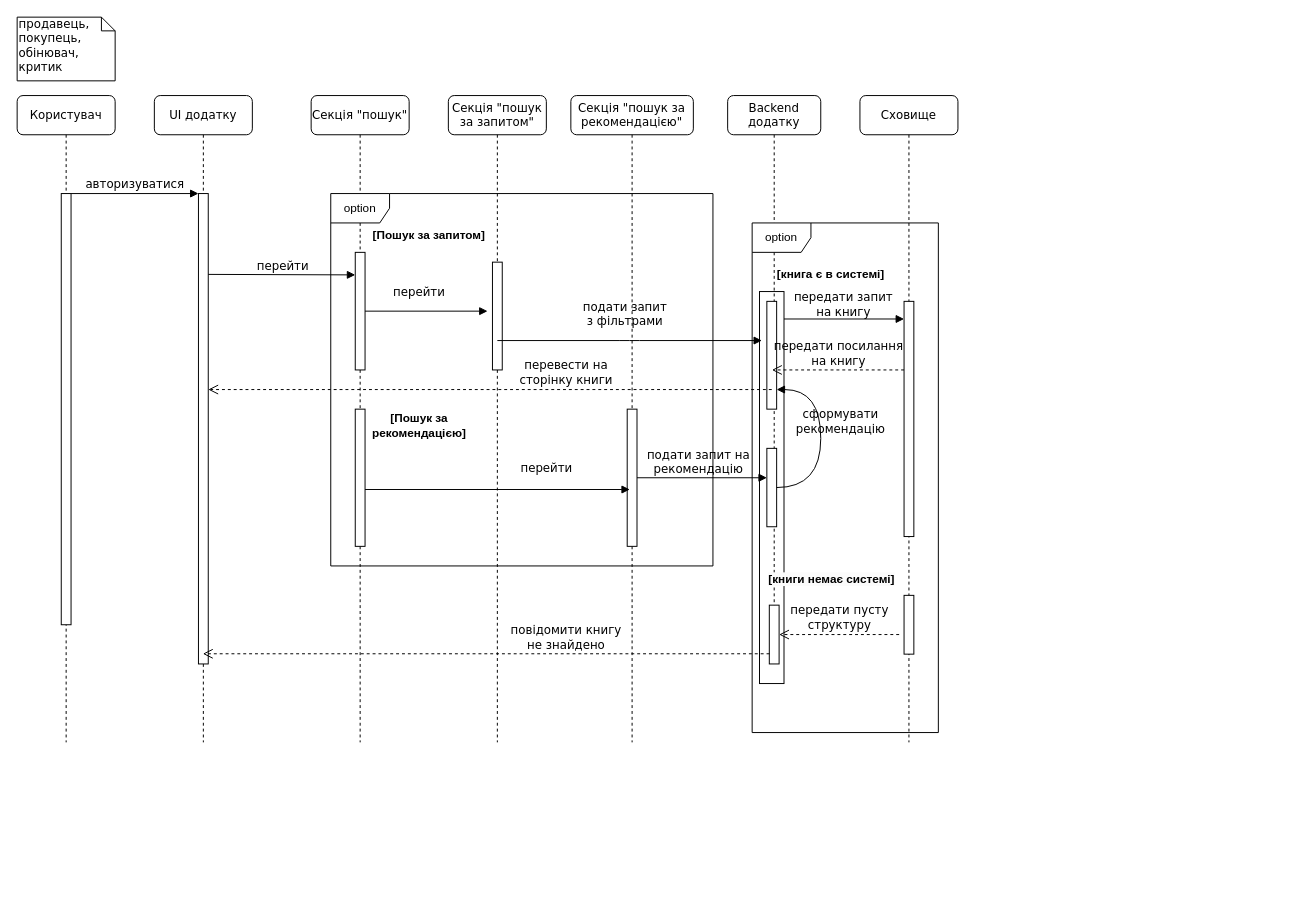
This is system_modelling/book_search.drawio from AnnaBozhenko/BookResources, a draw.io file, before an edit. Source tidied: cells renumbered, new cells numbered last; positions are measured from the earlier drawing's top-left corner, leaving out a move shared by most shapes. Both pictures are drawn from the tidied source at 98%, with x=0, y=0 at pixel (17, 17).
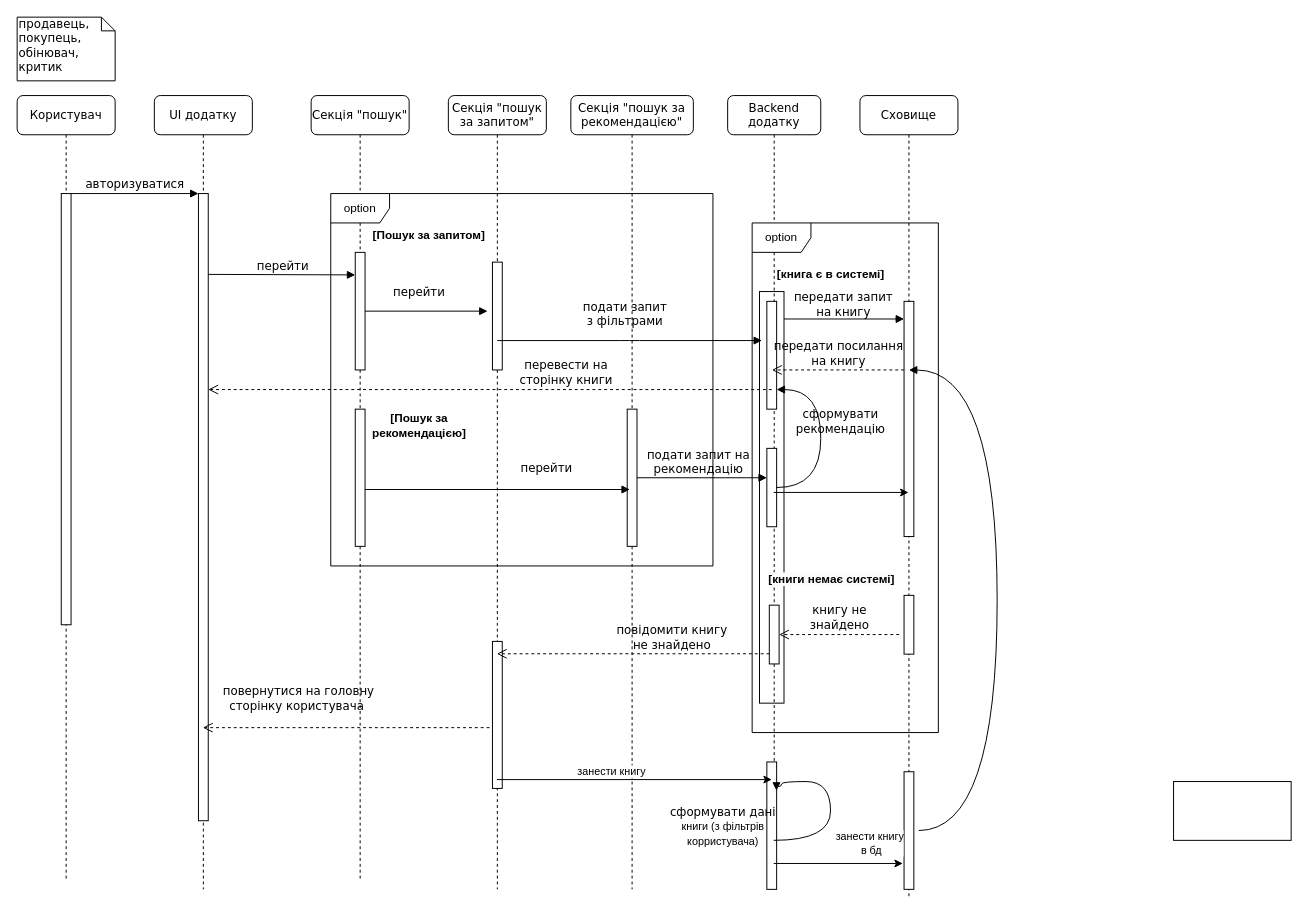
The same page after the edit.

Commit message:
Changed case with no-book-found book_search.drawio

The change refers to these unchanged cells:
```xml
<mxCell id="12" style="html=1;points=[];perimeter=orthogonalPerimeter;rounded=0;shadow=0;comic=0;labelBackgroundColor=none;strokeWidth=1;fontFamily=Verdana;fontSize=12;align=center;" parent="10" vertex="1">
  <mxGeometry x="42.5" y="520" width="10" height="60" as="geometry" />
</mxCell>
<mxCell id="21" style="html=1;points=[];perimeter=orthogonalPerimeter;rounded=0;shadow=0;comic=0;labelBackgroundColor=none;strokeColor=#000000;strokeWidth=1;fillColor=#FFFFFF;fontFamily=Verdana;fontSize=12;fontColor=#000000;align=center;" parent="1" vertex="1">
  <mxGeometry x="905" y="290" width="10" height="240" as="geometry" />
</mxCell>
```

The edit, as a diff of the source:
```diff
@@
     <mxCell id="2" style="html=1;points=[];perimeter=orthogonalPerimeter;rounded=0;shadow=0;comic=0;labelBackgroundColor=none;strokeWidth=1;fontFamily=Verdana;fontSize=12;align=center;" parent="1" vertex="1">
-      <mxGeometry x="757.5" y="280" width="25" height="400" as="geometry" />
+      <mxGeometry x="757.5" y="280" width="25" height="420" as="geometry" />
     </mxCell>
     <mxCell id="3" value="UI додатку" style="shape=umlLifeline;perimeter=lifelinePerimeter;whiteSpace=wrap;html=1;outlineConnect=0;rounded=1;shadow=0;comic=0;labelBackgroundColor=none;strokeWidth=1;fontFamily=Verdana;fontSize=12;align=center;" parent="1" vertex="1">
-      <mxGeometry x="140" y="80" width="100" height="660" as="geometry" />
+      <mxGeometry x="140" y="80" width="100" height="810" as="geometry" />
     </mxCell>
     <mxCell id="4" style="html=1;points=[];perimeter=orthogonalPerimeter;rounded=0;shadow=0;comic=0;labelBackgroundColor=none;strokeWidth=1;fontFamily=Verdana;fontSize=12;align=center;" parent="3" vertex="1">
-      <mxGeometry x="45" y="100" width="10" height="480" as="geometry" />
+      <mxGeometry x="45" y="100" width="10" height="640" as="geometry" />
     </mxCell>
@@
     <mxCell id="6" value="Секція &quot;пошук&quot;" style="shape=umlLifeline;perimeter=lifelinePerimeter;whiteSpace=wrap;html=1;rounded=1;shadow=0;comic=0;labelBackgroundColor=none;strokeWidth=1;fontFamily=Verdana;fontSize=12;align=center;" parent="1" vertex="1">
-      <mxGeometry x="300" y="80" width="100" height="660" as="geometry" />
+      <mxGeometry x="300" y="80" width="100" height="800" as="geometry" />
     </mxCell>
@@
+    <mxCell id="40" value="повернутися на головну &lt;br&gt;сторінку користувача&amp;nbsp;" style="html=1;verticalAlign=bottom;endArrow=open;dashed=1;endSize=8;labelBackgroundColor=none;fontFamily=Verdana;fontSize=12;" parent="6" edge="1" target="3">
+      <mxGeometry x="0.33" y="-13" relative="1" as="geometry">
+        <mxPoint x="182" y="645" as="sourcePoint" />
+      </mxGeometry>
+    </mxCell>
     <mxCell id="8" value="Секція &quot;пошук за запитом&quot;" style="shape=umlLifeline;perimeter=lifelinePerimeter;whiteSpace=wrap;html=1;outlineConnect=0;rounded=1;shadow=0;comic=0;labelBackgroundColor=none;strokeWidth=1;fontFamily=Verdana;fontSize=12;align=center;" parent="1" vertex="1">
-      <mxGeometry x="440" y="80" width="100" height="660" as="geometry" />
+      <mxGeometry x="440" y="80" width="100" height="810" as="geometry" />
     </mxCell>
+    <mxCell id="41" style="html=1;perimeter=orthogonalPerimeter;rounded=0;shadow=0;comic=0;labelBackgroundColor=none;strokeWidth=1;fontFamily=Verdana;fontSize=12;align=center;" parent="8" vertex="1">
+      <mxGeometry x="45" y="557" width="10" height="150" as="geometry" />
+    </mxCell>
     <mxCell id="9" value="Секція &quot;пошук за рекомендацією&quot;" style="shape=umlLifeline;perimeter=lifelinePerimeter;whiteSpace=wrap;html=1;rounded=1;shadow=0;comic=0;labelBackgroundColor=none;strokeWidth=1;fontFamily=Verdana;fontSize=12;align=center;" parent="1" vertex="1">
-      <mxGeometry x="565" y="80" width="125" height="660" as="geometry" />
+      <mxGeometry x="565" y="80" width="125" height="810" as="geometry" />
     </mxCell>
     <mxCell id="10" value="Backend додатку" style="shape=umlLifeline;perimeter=lifelinePerimeter;whiteSpace=wrap;html=1;outlineConnect=0;rounded=1;shadow=0;comic=0;labelBackgroundColor=none;strokeWidth=1;fontFamily=Verdana;fontSize=12;align=center;" parent="1" vertex="1">
-      <mxGeometry x="725" y="80" width="95" height="580" as="geometry" />
+      <mxGeometry x="725" y="80" width="95" height="810" as="geometry" />
     </mxCell>
@@
     <mxCell id="15" value="Сховище" style="shape=umlLifeline;perimeter=lifelinePerimeter;whiteSpace=wrap;html=1;outlineConnect=0;rounded=1;shadow=0;comic=0;labelBackgroundColor=none;strokeWidth=1;fontFamily=Verdana;fontSize=12;align=center;" parent="1" vertex="1">
-      <mxGeometry x="860" y="80" width="100" height="660" as="geometry" />
+      <mxGeometry x="860" y="80" width="100" height="820" as="geometry" />
     </mxCell>
@@
+    <mxCell id="42" style="html=1;points=[];perimeter=orthogonalPerimeter;rounded=0;shadow=0;comic=0;labelBackgroundColor=none;strokeWidth=1;fontFamily=Verdana;fontSize=12;align=center;" parent="15" vertex="1">
+      <mxGeometry x="45" y="690" width="10" height="120" as="geometry" />
+    </mxCell>
     <mxCell id="17" value="Користувач" style="shape=umlLifeline;perimeter=lifelinePerimeter;whiteSpace=wrap;html=1;rounded=1;shadow=0;comic=0;labelBackgroundColor=none;strokeWidth=1;fontFamily=Verdana;fontSize=12;align=center;" parent="1" vertex="1">
-      <mxGeometry y="80" width="100" height="660" as="geometry" />
+      <mxGeometry y="80" width="100" height="800" as="geometry" />
     </mxCell>
@@
-    <mxCell id="29" value="передати пусту &lt;br&gt;структуру" style="html=1;verticalAlign=bottom;endArrow=open;dashed=1;endSize=8;labelBackgroundColor=none;fontFamily=Verdana;fontSize=12;" parent="1" edge="1">
+    <mxCell id="29" value="книгу не &lt;br&gt;знайдено" style="html=1;verticalAlign=bottom;endArrow=open;dashed=1;endSize=8;labelBackgroundColor=none;fontFamily=Verdana;fontSize=12;" parent="1" edge="1">
       <mxGeometry relative="1" as="geometry">
         <mxPoint x="900" y="630" as="sourcePoint" />
         <mxPoint x="777.5" y="630" as="targetPoint" />
       </mxGeometry>
     </mxCell>
@@
-    <mxCell id="38" value="повідомити книгу &lt;br&gt;не знайдено" style="html=1;verticalAlign=bottom;endArrow=open;dashed=1;endSize=8;labelBackgroundColor=none;fontFamily=Verdana;fontSize=12;exitX=0.02;exitY=0.827;exitDx=0;exitDy=0;exitPerimeter=0;" parent="1" edge="1" source="12" target="3">
+    <mxCell id="38" value="повідомити книгу &lt;br&gt;не знайдено" style="html=1;verticalAlign=bottom;endArrow=open;dashed=1;endSize=8;labelBackgroundColor=none;fontFamily=Verdana;fontSize=12;exitX=0.02;exitY=0.827;exitDx=0;exitDy=0;exitPerimeter=0;" parent="1" edge="1" source="12" target="8">
       <mxGeometry x="-0.28" relative="1" as="geometry" />
     </mxCell>
@@
+    <mxCell id="43" style="html=1;points=[];perimeter=orthogonalPerimeter;rounded=0;shadow=0;comic=0;labelBackgroundColor=none;strokeWidth=1;fontFamily=Verdana;fontSize=12;align=center;" parent="1" vertex="1">
+      <mxGeometry x="765" y="760" width="10" height="130" as="geometry" />
+    </mxCell>
+    <mxCell id="44" value="занести книгу&amp;nbsp;" style="endArrow=classic;html=1;rounded=0;" parent="1" edge="1" source="8">
+      <mxGeometry x="-0.16" y="8" relative="1" as="geometry">
+        <mxPoint x="770" y="778" as="targetPoint" />
+      </mxGeometry>
+    </mxCell>
+    <mxCell id="45" value="сформувати дані&lt;br style=&quot;border-color: var(--border-color); font-family: Helvetica; font-size: 11px;&quot;&gt;&lt;span style=&quot;font-family: Helvetica; font-size: 11px; background-color: rgb(255, 255, 255);&quot;&gt;книги (з фільтрів&lt;/span&gt;&lt;br style=&quot;border-color: var(--border-color); font-family: Helvetica; font-size: 11px;&quot;&gt;&lt;span style=&quot;font-family: Helvetica; font-size: 11px; background-color: rgb(255, 255, 255);&quot;&gt;корристувача)&lt;/span&gt;" style="html=1;verticalAlign=bottom;endArrow=block;labelBackgroundColor=none;fontFamily=Verdana;fontSize=12;elbow=vertical;edgeStyle=orthogonalEdgeStyle;curved=1;entryX=0.978;entryY=0.225;entryDx=0;entryDy=0;entryPerimeter=0;" parent="1" edge="1" source="10" target="43">
+      <mxGeometry x="-1" y="-53" relative="1" as="geometry">
+        <Array as="points">
+          <mxPoint x="830" y="840" />
+          <mxPoint x="830" y="780" />
+          <mxPoint x="780" y="780" />
+          <mxPoint x="780" y="785" />
+        </Array>
+        <mxPoint x="-52" y="-43" as="offset" />
+      </mxGeometry>
+    </mxCell>
+    <mxCell id="46" style="endArrow=classic;html=1;rounded=0;" parent="1" edge="1" source="10" target="15">
+      <mxGeometry relative="1" as="geometry" />
+    </mxCell>
+    <mxCell id="47" value="занести книгу&lt;br&gt;&amp;nbsp;в бд" style="endArrow=classic;html=1;rounded=0;entryX=-0.133;entryY=0.78;entryDx=0;entryDy=0;entryPerimeter=0;" parent="1" edge="1" source="10" target="42">
+      <mxGeometry x="0.49" y="21" relative="1" as="geometry" />
+    </mxCell>
+    <mxCell id="48" style="html=1;verticalAlign=bottom;endArrow=block;labelBackgroundColor=none;fontFamily=Verdana;fontSize=12;elbow=vertical;edgeStyle=orthogonalEdgeStyle;curved=1;entryX=0.5;entryY=0.292;entryDx=0;entryDy=0;entryPerimeter=0;" parent="1" edge="1" target="21">
+      <mxGeometry y="-20" relative="1" as="geometry">
+        <mxPoint x="920" y="830" as="sourcePoint" />
+        <Array as="points">
+          <mxPoint x="1000" y="830" />
+          <mxPoint x="1000" y="360" />
+        </Array>
+      </mxGeometry>
+    </mxCell>
+    <mxCell id="49" style="rounded=0;whiteSpace=wrap;html=1;" parent="1" vertex="1">
+      <mxGeometry x="1180" y="780" width="120" height="60" as="geometry" />
+    </mxCell>
```
